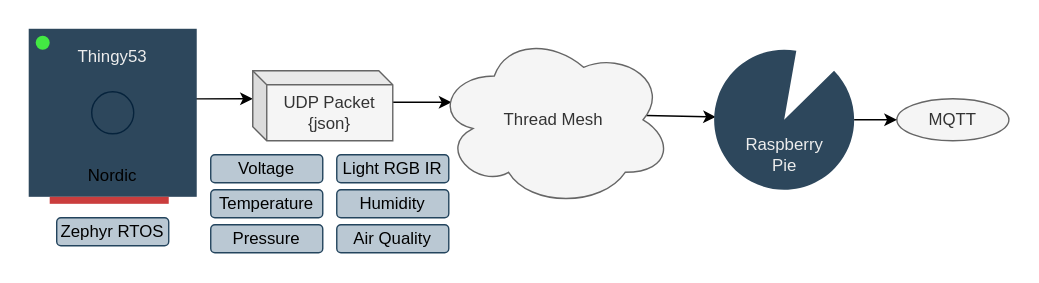
Above: design/SensorsServer.drawio.svg in HomeSmartMesh/sdk-hsm-thingy53 (draw.io), before the change. Source tidied: cells renumbered, new cells last; positions are measured from the earlier drawing's top-left corner, leaving out a move shared by most shapes.
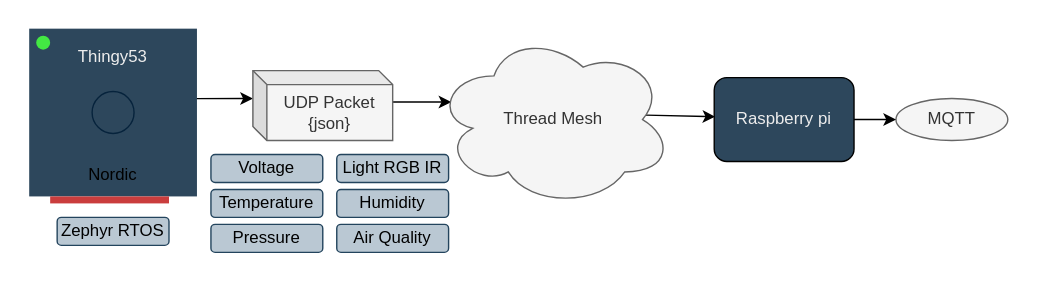
Above is the later version.

Commit message:
raspi repo link

What changed in the source:
```diff
@@ -38,26 +38,21 @@
     <mxCell id="13" value="UDP Packet&lt;br&gt;{json}" style="shape=cube;whiteSpace=wrap;html=1;boundedLbl=1;backgroundOutline=1;darkOpacity=0.05;darkOpacity2=0.1;strokeColor=#666666;fontColor=#333333;fillColor=#f5f5f5;size=10;" parent="1" vertex="1">
       <mxGeometry x="180" y="50" width="100" height="50" as="geometry" />
     </mxCell>
-    <mxCell id="14" style="edgeStyle=none;html=1;exitX=0.889;exitY=0.475;exitDx=0;exitDy=0;exitPerimeter=0;entryX=0.012;entryY=0.48;entryDx=0;entryDy=0;entryPerimeter=0;fontColor=#EDEDED;" parent="1" edge="1" source="15" target="17">
-      <mxGeometry relative="1" as="geometry" />
+    <mxCell id="14" style="edgeStyle=none;html=1;exitX=0.889;exitY=0.475;exitDx=0;exitDy=0;exitPerimeter=0;entryX=0.012;entryY=0.48;entryDx=0;entryDy=0;entryPerimeter=0;fontColor=#EDEDED;" parent="1" edge="1" source="15">
+      <mxGeometry relative="1" as="geometry">
+        <mxPoint x="510.7" y="83" as="targetPoint" />
+      </mxGeometry>
     </mxCell>
     <mxCell id="15" value="Thread Mesh" style="ellipse;shape=cloud;whiteSpace=wrap;html=1;strokeColor=#666666;fillColor=#f5f5f5;fontColor=#333333;" parent="1" vertex="1">
       <mxGeometry x="310" y="22.5" width="170" height="125" as="geometry" />
     </mxCell>
-    <mxCell id="16" style="group;fillColor=none;" parent="1" vertex="1">
-      <mxGeometry x="509.5" y="35" width="110" height="100" as="geometry" />
-    </mxCell>
-    <mxCell id="17" style="verticalLabelPosition=bottom;verticalAlign=top;html=1;shape=mxgraph.basic.pie;fillColor=#2D475C;strokeColor=none;startAngle=0.12623373453642203;endAngle=0.02779994389289261;fontColor=#EDEDED;" parent="16" vertex="1">
-      <mxGeometry width="100" height="100" as="geometry" />
-    </mxCell>
-    <mxCell id="18" value="Raspberry Pie" style="text;html=1;strokeColor=none;fillColor=none;align=center;verticalAlign=middle;whiteSpace=wrap;rounded=0;fontColor=#EDEDED;" parent="16" vertex="1">
-      <mxGeometry x="20" y="60" width="60" height="30" as="geometry" />
-    </mxCell>
     <mxCell id="19" value="MQTT" style="ellipse;whiteSpace=wrap;html=1;fillColor=#f5f5f5;fontColor=#333333;strokeColor=#666666;" parent="1" vertex="1">
       <mxGeometry x="640" y="70" width="80" height="30" as="geometry" />
     </mxCell>
-    <mxCell id="20" style="edgeStyle=none;html=1;entryX=0;entryY=0.5;entryDx=0;entryDy=0;fontColor=#EDEDED;" parent="1" edge="1" source="17" target="19">
-      <mxGeometry relative="1" as="geometry" />
+    <mxCell id="20" style="edgeStyle=none;html=1;entryX=0;entryY=0.5;entryDx=0;entryDy=0;fontColor=#EDEDED;" parent="1" edge="1" target="19">
+      <mxGeometry relative="1" as="geometry">
+        <mxPoint x="609.5" y="85" as="sourcePoint" />
+      </mxGeometry>
     </mxCell>
     <mxCell id="21" value="Light RGB IR" style="rounded=1;whiteSpace=wrap;html=1;fillColor=#bac8d3;strokeColor=#23445d;" parent="1" vertex="1">
       <mxGeometry x="240" y="110" width="80" height="20" as="geometry" />
@@ -77,5 +72,8 @@
     <mxCell id="26" value="Zephyr RTOS" style="rounded=1;whiteSpace=wrap;html=1;fillColor=#bac8d3;strokeColor=#23445d;" parent="1" vertex="1">
       <mxGeometry x="40" y="155" width="80" height="20" as="geometry" />
     </mxCell>
+    <mxCell id="27" value="Raspberry pi" style="rounded=1;whiteSpace=wrap;html=1;fillColor=#2d475c;fontColor=#EDEDED;" parent="1" vertex="1">
+      <mxGeometry x="510" y="55" width="100" height="60" as="geometry" />
+    </mxCell>
   </root>
 </mxGraphModel>
```
